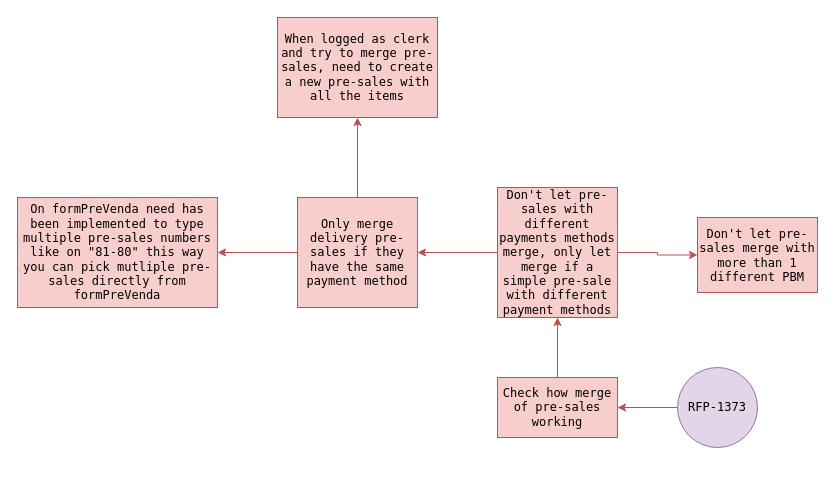
Above: work/rca/RFP-1373-MindMap.drawio in JoaoDiasDev/mind-maps (draw.io), before the change. Source tidied: cells renumbered, new cells numbered last; positions are measured from the earlier drawing's top-left corner, leaving out a move shared by most shapes. Both pictures are drawn from the tidied source at 100%, with x=0, y=0 at pixel (17, 17).
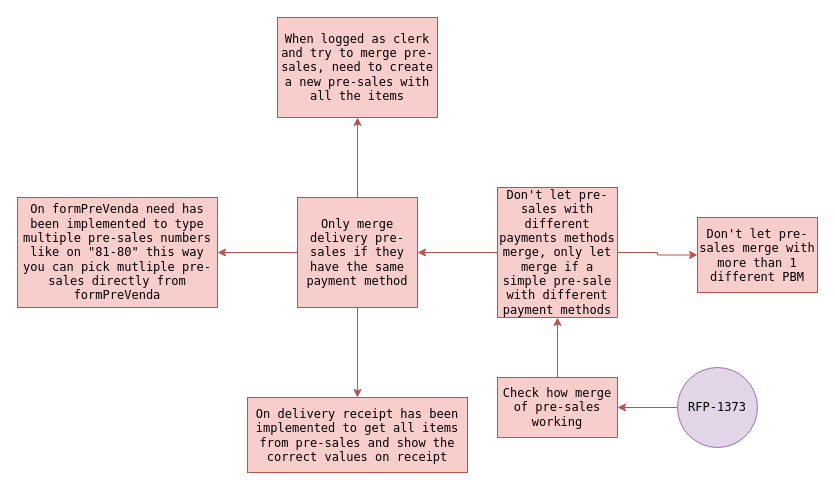
After the change.

Diff of the diagram source:
```diff
@@
 <mxGraphModel>
   <root>
     <mxCell id="0" />
     <mxCell id="1" parent="0" />
     <mxCell id="2" style="edgeStyle=orthogonalEdgeStyle;rounded=0;jettySize=auto;html=1;fillColor=#f8cecc;strokeColor=#b85450;" parent="1" edge="1" source="3" target="5">
       <mxGeometry relative="1" as="geometry" />
     </mxCell>
     <mxCell id="3" value="RFP-1373" style="ellipse;whiteSpace=wrap;html=1;fillColor=#e1d5e7;strokeColor=#9673a6;fontFamily=Lucida Console;" parent="1" vertex="1">
       <mxGeometry x="660" y="350" width="80" height="80" as="geometry" />
     </mxCell>
     <mxCell id="4" style="edgeStyle=orthogonalEdgeStyle;rounded=0;jettySize=auto;html=1;fillColor=#f8cecc;strokeColor=#b85450;" parent="1" edge="1" source="5" target="8">
       <mxGeometry relative="1" as="geometry" />
     </mxCell>
     <mxCell id="5" value="Check how merge of pre-sales working" style="whiteSpace=wrap;html=1;fontFamily=Lucida Console;fillColor=#f8cecc;strokeColor=#b85450;" parent="1" vertex="1">
       <mxGeometry x="480" y="360" width="120" height="60" as="geometry" />
     </mxCell>
     <mxCell id="6" style="edgeStyle=orthogonalEdgeStyle;rounded=0;jettySize=auto;html=1;fillColor=#f8cecc;strokeColor=#b85450;" parent="1" edge="1" source="8" target="9">
       <mxGeometry relative="1" as="geometry" />
     </mxCell>
     <mxCell id="7" style="edgeStyle=orthogonalEdgeStyle;rounded=0;jettySize=auto;html=1;fillColor=#f8cecc;strokeColor=#b85450;" parent="1" edge="1" source="8" target="12">
       <mxGeometry relative="1" as="geometry" />
     </mxCell>
     <mxCell id="8" value="Don't let pre-sales with different payments methods merge, only let merge if a simple pre-sale with different payment methods" style="whiteSpace=wrap;html=1;fontFamily=Lucida Console;fillColor=#f8cecc;strokeColor=#b85450;" parent="1" vertex="1">
       <mxGeometry x="480" y="170" width="120" height="130" as="geometry" />
     </mxCell>
     <mxCell id="9" value="Don't let pre-sales merge with more than 1 different PBM" style="whiteSpace=wrap;html=1;fontFamily=Lucida Console;fillColor=#f8cecc;strokeColor=#b85450;" parent="1" vertex="1">
       <mxGeometry x="680" y="200" width="120" height="75" as="geometry" />
     </mxCell>
     <mxCell id="10" style="edgeStyle=orthogonalEdgeStyle;rounded=0;jettySize=auto;html=1;fillColor=#f8cecc;strokeColor=#b85450;" parent="1" edge="1" source="12" target="13">
       <mxGeometry relative="1" as="geometry" />
     </mxCell>
     <mxCell id="11" style="edgeStyle=orthogonalEdgeStyle;rounded=0;jettySize=auto;html=1;fillColor=#f8cecc;strokeColor=#b85450;" parent="1" edge="1" source="12" target="14">
       <mxGeometry relative="1" as="geometry" />
     </mxCell>
+    <mxCell id="15" style="edgeStyle=orthogonalEdgeStyle;rounded=0;jettySize=auto;html=1;fillColor=#f8cecc;strokeColor=#b85450;" parent="1" edge="1" source="12" target="16">
+      <mxGeometry relative="1" as="geometry" />
+    </mxCell>
     <mxCell id="12" value="Only merge delivery pre-sales if they have the same payment method" style="whiteSpace=wrap;html=1;fontFamily=Lucida Console;fillColor=#f8cecc;strokeColor=#b85450;" parent="1" vertex="1">
       <mxGeometry x="280" y="180" width="120" height="110" as="geometry" />
     </mxCell>
     <mxCell id="13" value="When logged as clerk and try to merge pre-sales, need to create a new pre-sales with all the items" style="whiteSpace=wrap;html=1;fontFamily=Lucida Console;fillColor=#f8cecc;strokeColor=#b85450;" parent="1" vertex="1">
       <mxGeometry x="260" width="160" height="100" as="geometry" />
     </mxCell>
     <mxCell id="14" value="On formPreVenda need has been implemented to type multiple pre-sales numbers like on &quot;81-80&quot; this way you can pick mutliple pre-sales directly from formPreVenda" style="whiteSpace=wrap;html=1;fontFamily=Lucida Console;fillColor=#f8cecc;strokeColor=#b85450;" parent="1" vertex="1">
       <mxGeometry y="180" width="200" height="110" as="geometry" />
     </mxCell>
+    <mxCell id="16" value="On delivery receipt has been implemented to get all items from pre-sales and show the correct values on receipt" style="whiteSpace=wrap;html=1;fontFamily=Lucida Console;fillColor=#f8cecc;strokeColor=#b85450;" parent="1" vertex="1">
+      <mxGeometry x="230" y="380" width="220" height="75" as="geometry" />
+    </mxCell>
   </root>
 </mxGraphModel>
```
